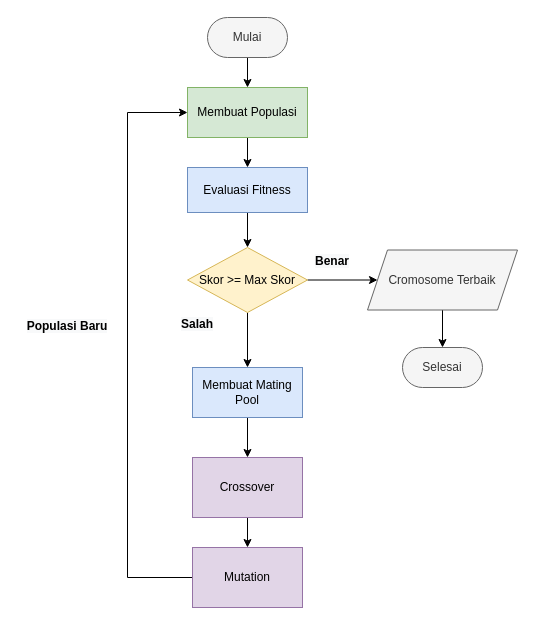
Before: Genetic Algorithm Flowchart.drawio in syahruncega/project-diagram, a draw.io diagram. Source tidied: cells renumbered, new cells numbered last; positions are measured from the earlier drawing's top-left corner, leaving out a move shared by most shapes. Both pictures are drawn from the tidied source at 100%, with x=0, y=0 at pixel (17, 17).
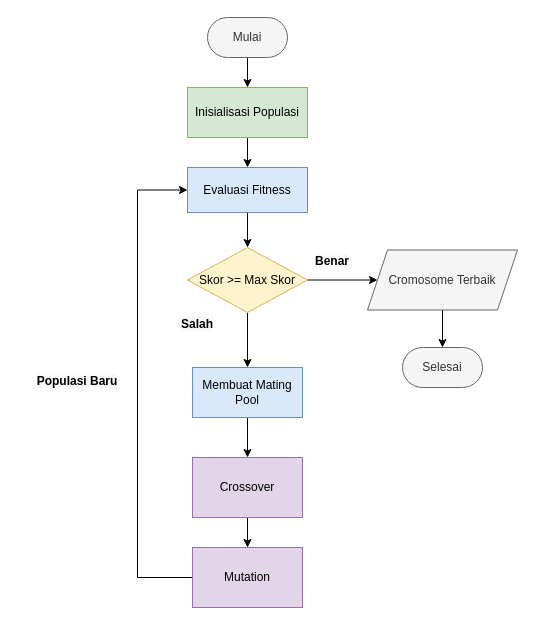
Above is the later version.

The change refers to these unchanged cells:
```xml
<mxCell id="5" value="Mutation" style="rounded=0;whiteSpace=wrap;html=1;fillColor=#e1d5e7;strokeColor=#9673a6;" parent="1" vertex="1">
  <mxGeometry x="175" y="530" width="110" height="60" as="geometry" />
</mxCell>
<mxCell id="11" value="Evaluasi Fitness" style="rounded=0;whiteSpace=wrap;html=1;fillColor=#dae8fc;strokeColor=#6c8ebf;" parent="1" vertex="1">
  <mxGeometry x="170" y="150" width="120" height="45" as="geometry" />
</mxCell>
```

Change to the diagram source:
```diff
@@
-    <mxCell id="4" style="edgeStyle=orthogonalEdgeStyle;rounded=0;jettySize=auto;html=1;exitX=0;exitY=0.5;exitDx=0;exitDy=0;entryX=0;entryY=0.5;entryDx=0;entryDy=0;fontSize=14;" parent="1" edge="1" source="5" target="9">
-      <mxGeometry relative="1" as="geometry">
-        <Array as="points">
-          <mxPoint x="110" y="560" />
-          <mxPoint x="110" y="95" />
-        </Array>
-      </mxGeometry>
-    </mxCell>
+    <mxCell id="23" style="edgeStyle=orthogonalEdgeStyle;rounded=0;jettySize=auto;html=1;exitX=0;exitY=0.5;exitDx=0;exitDy=0;entryX=0;entryY=0.5;entryDx=0;entryDy=0;fontSize=14;" parent="1" edge="1" source="5" target="11">
+      <mxGeometry relative="1" as="geometry">
+        <Array as="points">
+          <mxPoint x="120" y="560" />
+          <mxPoint x="120" y="173" />
+        </Array>
+      </mxGeometry>
+    </mxCell>
@@
-    <mxCell id="9" value="Membuat Populasi" style="rounded=0;whiteSpace=wrap;html=1;fillColor=#d5e8d4;strokeColor=#82b366;" parent="1" vertex="1">
+    <mxCell id="9" value="Inisialisasi Populasi" style="rounded=0;whiteSpace=wrap;html=1;fillColor=#d5e8d4;strokeColor=#82b366;" parent="1" vertex="1">
       <mxGeometry x="170" y="70" width="120" height="50" as="geometry" />
     </mxCell>
@@
     <mxCell id="19" value="&lt;span style=&quot;color: rgb(0, 0, 0); font-family: Helvetica; font-size: 12px; font-style: normal; font-variant-ligatures: normal; font-variant-caps: normal; letter-spacing: normal; orphans: 2; text-indent: 0px; text-transform: none; widows: 2; word-spacing: 0px; -webkit-text-stroke-width: 0px; background-color: rgb(248, 249, 250); text-decoration-thickness: initial; text-decoration-style: initial; text-decoration-color: initial; float: none; display: inline !important;&quot;&gt;&lt;b&gt;Populasi Baru&lt;/b&gt;&lt;/span&gt;" style="text;whiteSpace=wrap;html=1;align=center;" parent="1" vertex="1">
-      <mxGeometry y="295" width="100" height="30" as="geometry" />
+      <mxGeometry x="10" y="350" width="100" height="30" as="geometry" />
     </mxCell>
-    <mxCell id="20" value="&lt;span style=&quot;color: rgb(0, 0, 0); font-family: Helvetica; font-size: 12px; font-style: normal; font-variant-ligatures: normal; font-variant-caps: normal; letter-spacing: normal; orphans: 2; text-indent: 0px; text-transform: none; widows: 2; word-spacing: 0px; -webkit-text-stroke-width: 0px; background-color: rgb(248, 249, 250); text-decoration-thickness: initial; text-decoration-style: initial; text-decoration-color: initial; float: none; display: inline !important;&quot;&gt;&lt;b&gt;Benar&lt;/b&gt;&lt;/span&gt;" style="text;whiteSpace=wrap;html=1;align=center;" parent="1" vertex="1">
+    <mxCell id="20" value="&lt;span style=&quot;color: rgb(0, 0, 0); font-family: Helvetica; font-size: 12px; font-style: normal; font-variant-ligatures: normal; font-variant-caps: normal; letter-spacing: normal; orphans: 2; text-indent: 0px; text-transform: none; widows: 2; word-spacing: 0px; -webkit-text-stroke-width: 0px; background-color: rgb(248, 249, 250); text-decoration-thickness: initial; text-decoration-style: initial; text-decoration-color: initial; float: none; display: inline !important;&quot;&gt;&lt;b&gt;Benar&lt;/b&gt;&lt;/span&gt;" style="text;whiteSpace=wrap;html=1;align=center;fillColor=none;" parent="1" vertex="1">
       <mxGeometry x="290" y="230" width="50" height="30" as="geometry" />
     </mxCell>
```
